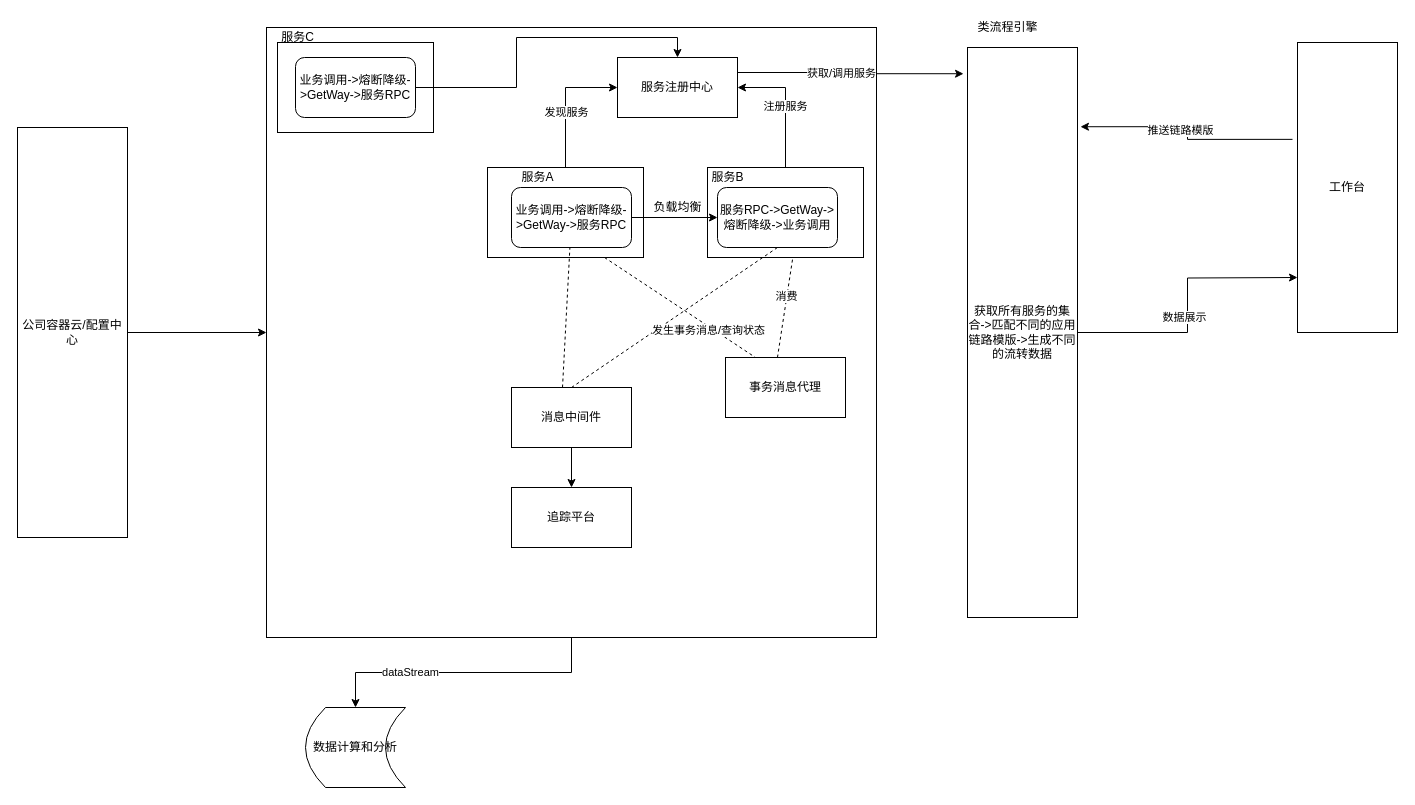
Before: Untitled Diagram.drawio in lindadadada1/tata, a draw.io diagram. Source tidied: cells renumbered, new cells numbered last; positions are measured from the earlier drawing's top-left corner, leaving out a move shared by most shapes. Both pictures are drawn from the tidied source at 100%, with x=0, y=0 at pixel (17, 17).
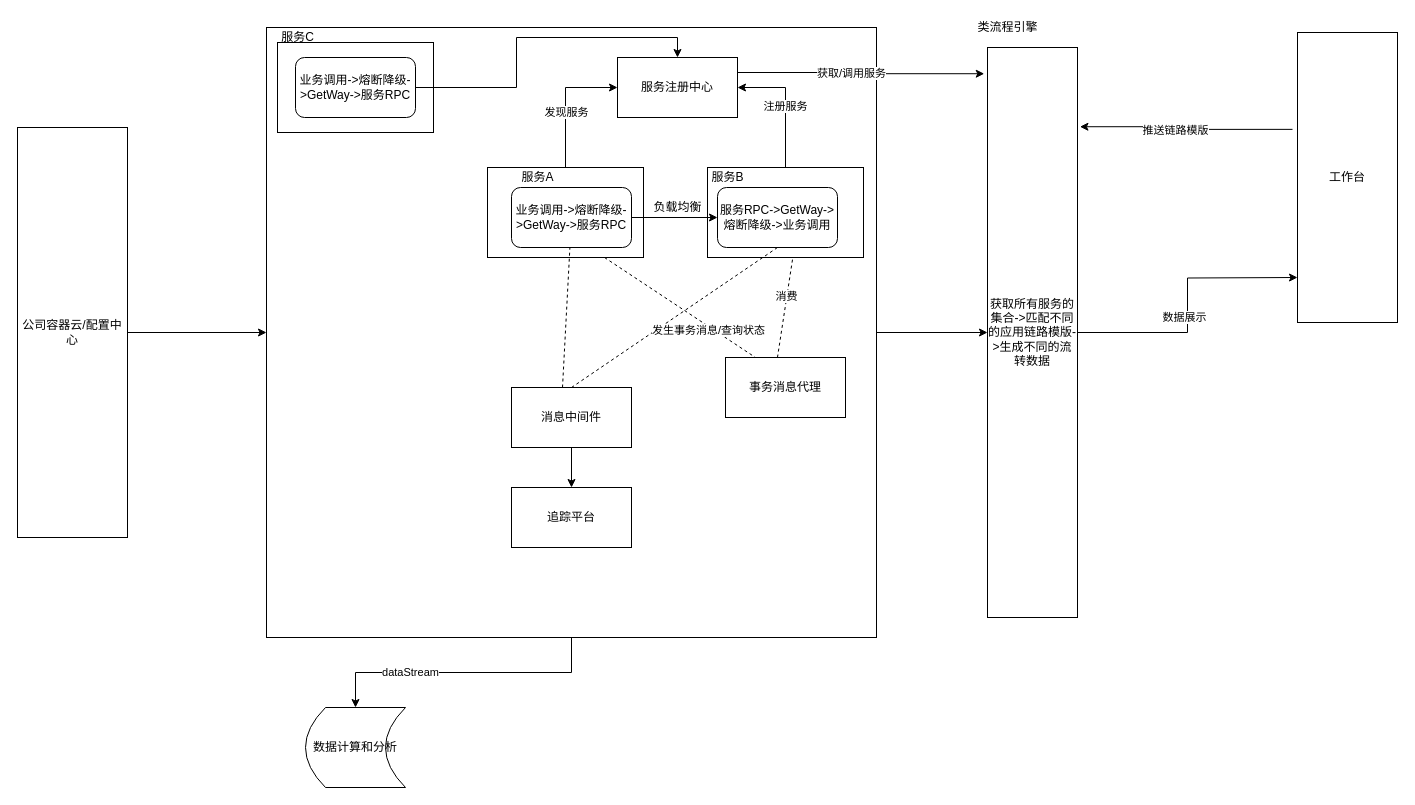
The same diagram, later.

The change refers to these unchanged cells:
```xml
<mxCell id="4" style="whiteSpace=wrap;html=1;" parent="1" vertex="1">
  <mxGeometry x="249" y="10" width="610" height="610" as="geometry" />
</mxCell>
```

What changed in the source:
```diff
@@
+    <mxCell id="44" style="edgeStyle=orthogonalEdgeStyle;rounded=0;jettySize=auto;html=1;" parent="1" edge="1" source="4" target="32">
+      <mxGeometry relative="1" as="geometry" />
+    </mxCell>
@@
     <mxCell id="32" value="获取所有服务的集合-&amp;gt;匹配不同的应用链路模版-&amp;gt;生成不同的流转数据" style="rounded=0;whiteSpace=wrap;html=1;" parent="1" vertex="1">
-      <mxGeometry x="950" y="30" width="110" height="570" as="geometry" />
+      <mxGeometry x="970" y="30" width="90" height="570" as="geometry" />
     </mxCell>
@@
     <mxCell id="40" value="工作台" style="rounded=0;whiteSpace=wrap;html=1;" parent="1" vertex="1">
-      <mxGeometry x="1280" y="25" width="100" height="290" as="geometry" />
+      <mxGeometry x="1280" y="15" width="100" height="290" as="geometry" />
     </mxCell>
```
